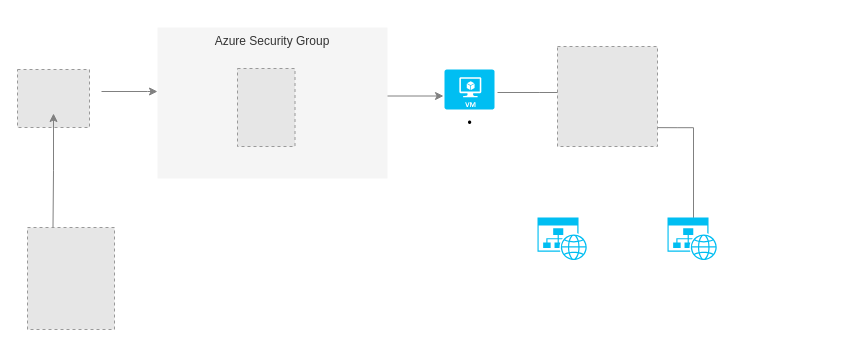
This is Untitled Diagram.drawio from yanalxy/yana, a draw.io file, before an edit. Source tidied: cells renumbered, new cells numbered last; positions are measured from the earlier drawing's top-left corner, leaving out a move shared by most shapes. Both pictures are drawn from the tidied source at 100%, with x=0, y=0 at pixel (17, 27). Pictures stored in the file or linked from it are replaced by grey dashed boxes.
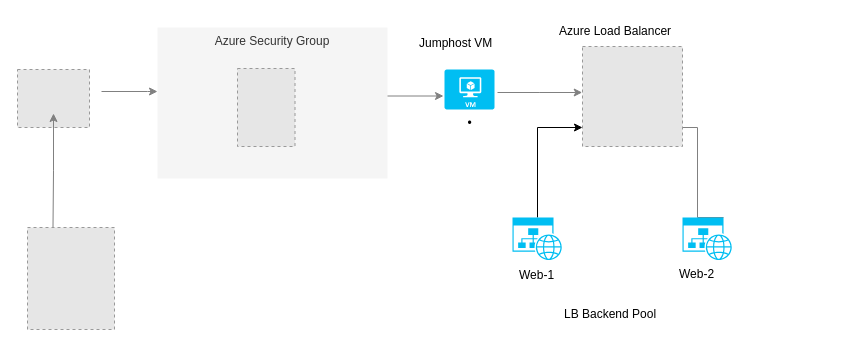
The same page after the edit.

Change to the diagram source:
```diff
@@
-    <mxCell id="6" style="edgeStyle=orthogonalEdgeStyle;rounded=0;orthogonalLoop=1;jettySize=auto;html=1;exitX=0.364;exitY=0.004;exitDx=0;exitDy=0;exitPerimeter=0;entryX=1.043;entryY=0.678;entryDx=0;entryDy=0;entryPerimeter=0;strokeColor=#808080;" parent="1" edge="1">
+    <mxCell id="6" style="edgeStyle=orthogonalEdgeStyle;rounded=0;orthogonalLoop=1;jettySize=auto;html=1;exitX=0.364;exitY=0.004;exitDx=0;exitDy=0;exitPerimeter=0;strokeColor=#808080;" parent="1" edge="1">
       <mxGeometry relative="1" as="geometry">
-        <mxPoint x="676" y="190.4" as="sourcePoint" />
-        <mxPoint x="600" y="100" as="targetPoint" />
+        <mxPoint x="706" y="190" as="sourcePoint" />
+        <mxPoint x="650" y="100" as="targetPoint" />
         <Array as="points">
-          <mxPoint x="675.6" y="100.2" />
-          <mxPoint x="659.6" y="100.2" />
+          <mxPoint x="680" y="190" />
+          <mxPoint x="680" y="100" />
         </Array>
       </mxGeometry>
     </mxCell>
@@
     <mxCell id="10" style="fillColor=#E6E6E6;strokeColor=#999999;dashed=1;verticalLabelPosition=bottom;labelBackgroundColor=#ffffff;verticalAlign=top;" parent="1" vertex="1">
-      <mxGeometry x="540" y="19" width="100" height="100" as="geometry" />
+      <mxGeometry x="565" y="19" width="100" height="100" as="geometry" />
     </mxCell>
@@
+    <mxCell id="16" style="edgeStyle=orthogonalEdgeStyle;rounded=0;jettySize=auto;html=1;" parent="1" edge="1" source="13" target="10">
+      <mxGeometry relative="1" as="geometry">
+        <Array as="points">
+          <mxPoint x="520" y="100" />
+        </Array>
+      </mxGeometry>
+    </mxCell>
     <mxCell id="13" style="verticalLabelPosition=bottom;html=1;verticalAlign=top;align=center;strokeColor=none;fillColor=#00BEF2;shape=mxgraph.azure.website_generic;" parent="1" vertex="1">
-      <mxGeometry x="520" y="190" width="50" height="42.5" as="geometry" />
+      <mxGeometry x="495" y="190" width="50" height="42.5" as="geometry" />
     </mxCell>
     <mxCell id="14" style="verticalLabelPosition=bottom;html=1;verticalAlign=top;align=center;strokeColor=none;fillColor=#00BEF2;shape=mxgraph.azure.website_generic;" parent="1" vertex="1">
-      <mxGeometry x="650" y="190" width="50" height="42.5" as="geometry" />
+      <mxGeometry x="665" y="190" width="50" height="42.5" as="geometry" />
     </mxCell>
@@
+    <mxCell id="17" value="Azure Load Balancer" style="text;whiteSpace=wrap;html=1;" parent="1" vertex="1">
+      <mxGeometry x="540" y="-10" width="150" height="40" as="geometry" />
+    </mxCell>
+    <mxCell id="18" value="Jumphost VM" style="text;whiteSpace=wrap;html=1;" parent="1" vertex="1">
+      <mxGeometry x="400" y="2" width="150" height="40" as="geometry" />
+    </mxCell>
+    <mxCell id="19" value="Web-1" style="text;whiteSpace=wrap;html=1;" parent="1" vertex="1">
+      <mxGeometry x="500" y="234" width="150" height="40" as="geometry" />
+    </mxCell>
+    <mxCell id="20" value="Web-2" style="text;whiteSpace=wrap;html=1;" parent="1" vertex="1">
+      <mxGeometry x="660" y="232.5" width="150" height="40" as="geometry" />
+    </mxCell>
+    <mxCell id="21" value="LB Backend Pool" style="text;whiteSpace=wrap;html=1;" parent="1" vertex="1">
+      <mxGeometry x="545" y="272.5" width="150" height="40" as="geometry" />
+    </mxCell>
```
